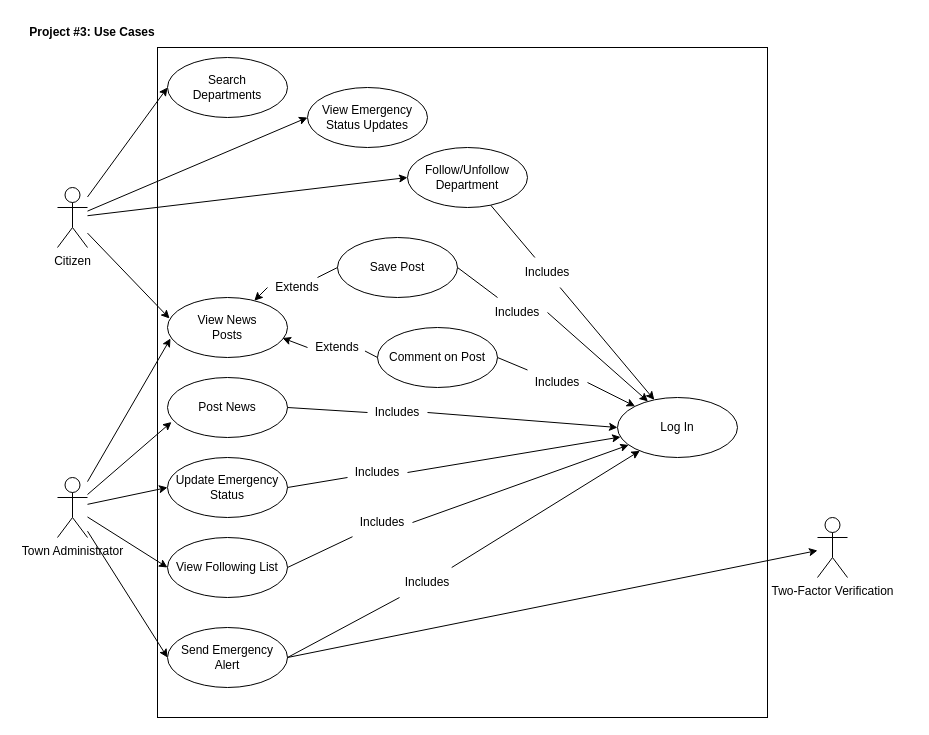
This is Untitled Diagram.drawio from calistakerins/Emerge-App, a draw.io file, before an edit. Source tidied: cells renumbered, new cells numbered last; positions are measured from the earlier drawing's top-left corner, leaving out a move shared by most shapes. Both pictures are drawn from the tidied source at 100%, with x=0, y=0 at pixel (17, 17).
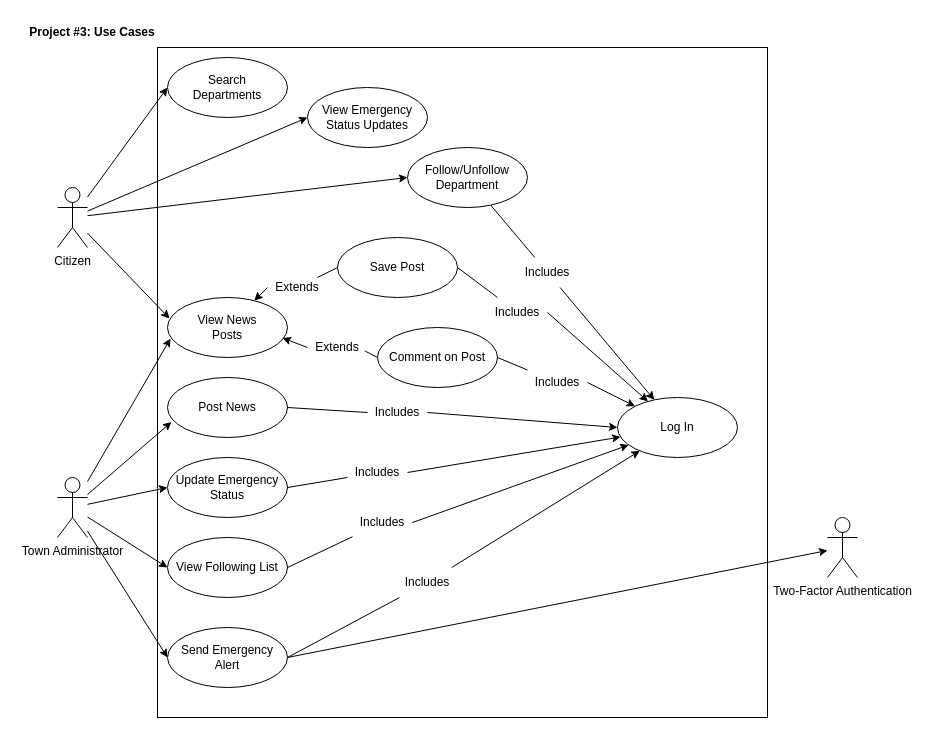
After the change.

Change to the diagram source:
```diff
@@
-    <mxCell id="38" value="Two-Factor Verification" style="shape=umlActor;verticalLabelPosition=bottom;verticalAlign=top;html=1;outlineConnect=0;" parent="1" vertex="1">
-      <mxGeometry x="800" y="500" width="30" height="60" as="geometry" />
+    <mxCell id="38" value="Two-Factor Authentication" style="shape=umlActor;verticalLabelPosition=bottom;verticalAlign=top;html=1;outlineConnect=0;" parent="1" vertex="1">
+      <mxGeometry x="810" y="500" width="30" height="60" as="geometry" />
     </mxCell>
```
